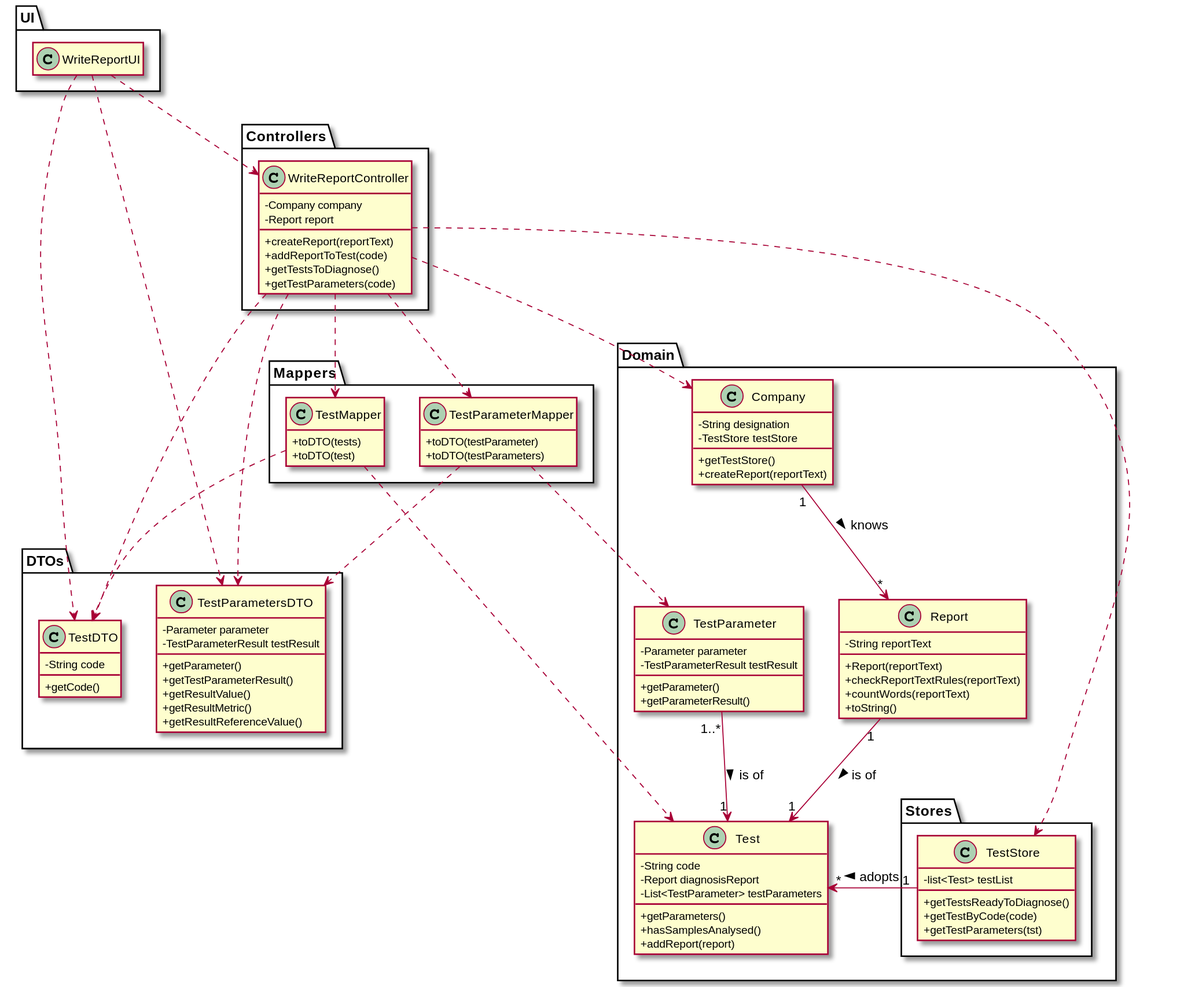
Before: docs/SprintC/US_14/US014_CD.svg, a diagram exported from PlantUML (ana-albergaria/LAPR2-ISEP). Its diagram source:
```plantuml
@startuml
hide empty methods
hide empty attributes
skinparam classAttributeIconSize 0

package Domain {

class Company {
    -String designation
    -TestStore testStore
    +getTestStore()
    +createReport(reportText)
}

class Report {
    - String reportText
    + Report(reportText)
    + checkReportTextRules(reportText)
    + countWords(reportText)
    + toString()
}

class Test {
    -String code
    -Report diagnosisReport
    -List<TestParameter> testParameters
    +getParameters()
    +hasSamplesAnalysed()
    +addReport(report)
}

class TestParameter {
    -Parameter parameter
    -TestParameterResult testResult
    +getParameter()
    +getParameterResult()
}

package Stores {

class TestStore {
    -list<Test> testList
    +getTestsReadyToDiagnose()
    +getTestByCode(code)
    +getTestParameters(tst)
}

}

}

package Mappers {

class TestMapper {
    +toDTO(tests)
    +toDTO(test)
}

class TestParameterMapper {
    +toDTO(testParameter)
    +toDTO(testParameters)
}

}

package DTOs {

class TestDTO {
    -String code
    +getCode()
}

class TestParametersDTO {
    -Parameter parameter
    -TestParameterResult testResult
    +getParameter()
    +getTestParameterResult()
    +getResultValue()
    +getResultMetric()
    +getResultReferenceValue()
}

}

package Controllers {

class WriteReportController {
    -Company company
    -Report report
    +createReport(reportText)
    +addReportToTest(code)
    +getTestsToDiagnose()
    +getTestParameters(code)
}

}

package UI {

class WriteReportUI {
}

}

WriteReportUI ..> WriteReportController
WriteReportUI ..> TestDTO
WriteReportUI ..> TestParametersDTO
WriteReportController ..> TestMapper
WriteReportController ..> TestParameterMapper
WriteReportController ..> Company
WriteReportController ..> TestStore
WriteReportController ..> TestDTO
WriteReportController ..> TestParametersDTO
TestStore "1" -> "*" Test : adopts >
Company "1" --> "*" Report : knows >
Report "1" --> "1" Test : is of >
TestParameter "1..*" --> "1" Test : is of >
TestMapper ..> Test
TestParameterMapper ..> TestParameter
TestMapper ..> TestDTO
TestParameterMapper ..> TestParametersDTO

@enduml
```
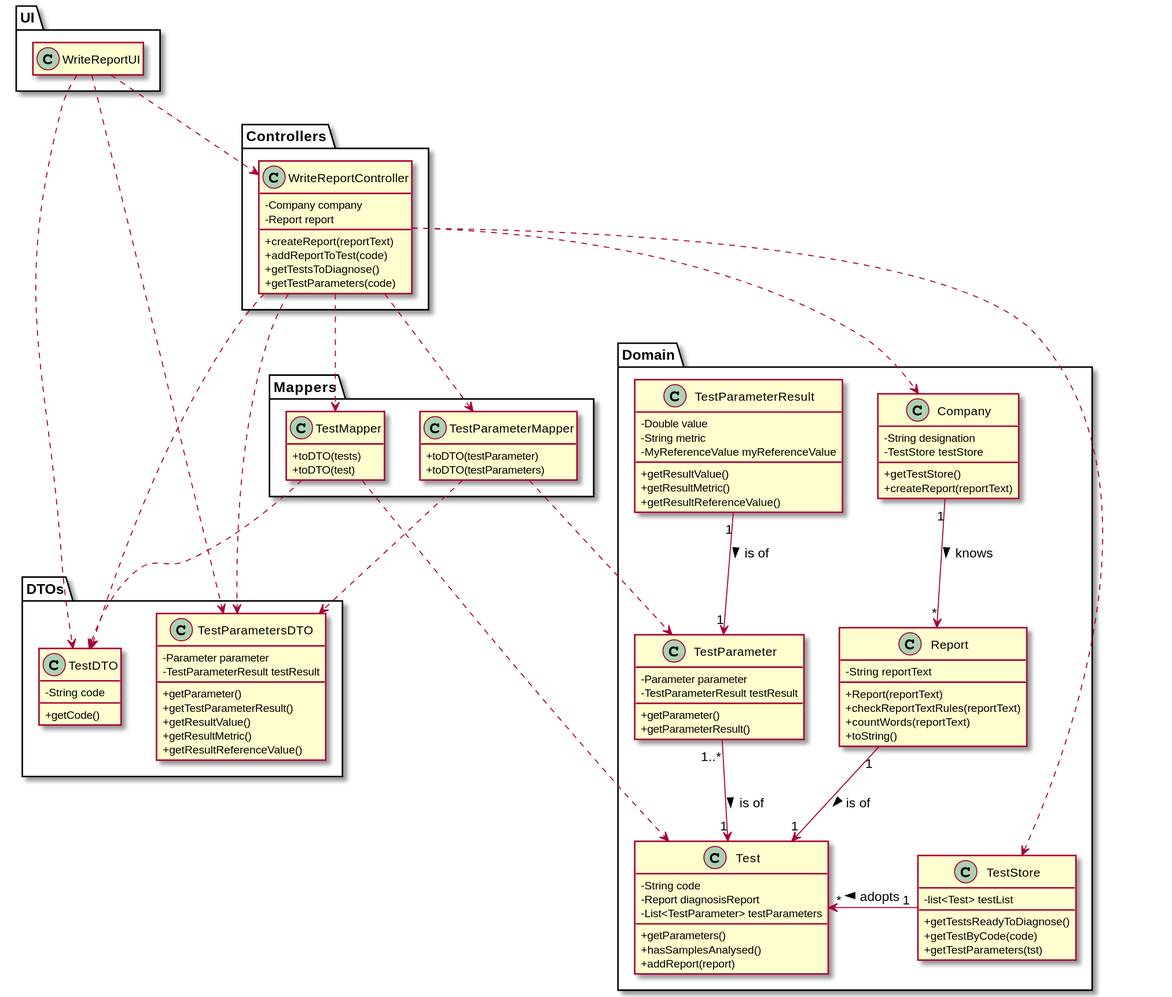
The same file after the commit.

What changed in the source:
```diff
@@ -36,15 +36,20 @@
     +getParameterResult()
 }
 
-package Stores {
+class TestParameterResult {
+    -Double value
+    -String metric
+    -MyReferenceValue myReferenceValue
+    +getResultValue()
+    +getResultMetric()
+    +getResultReferenceValue()
+}
 
 class TestStore {
     -list<Test> testList
     +getTestsReadyToDiagnose()
     +getTestByCode(code)
     +getTestParameters(tst)
-}
-
 }
 
 }
@@ -115,6 +120,7 @@
 Company "1" --> "*" Report : knows >
 Report "1" --> "1" Test : is of >
 TestParameter "1..*" --> "1" Test : is of >
+TestParameterResult "1" --> "1" TestParameter : is of >
 TestMapper ..> Test
 TestParameterMapper ..> TestParameter
 TestMapper ..> TestDTO
```
